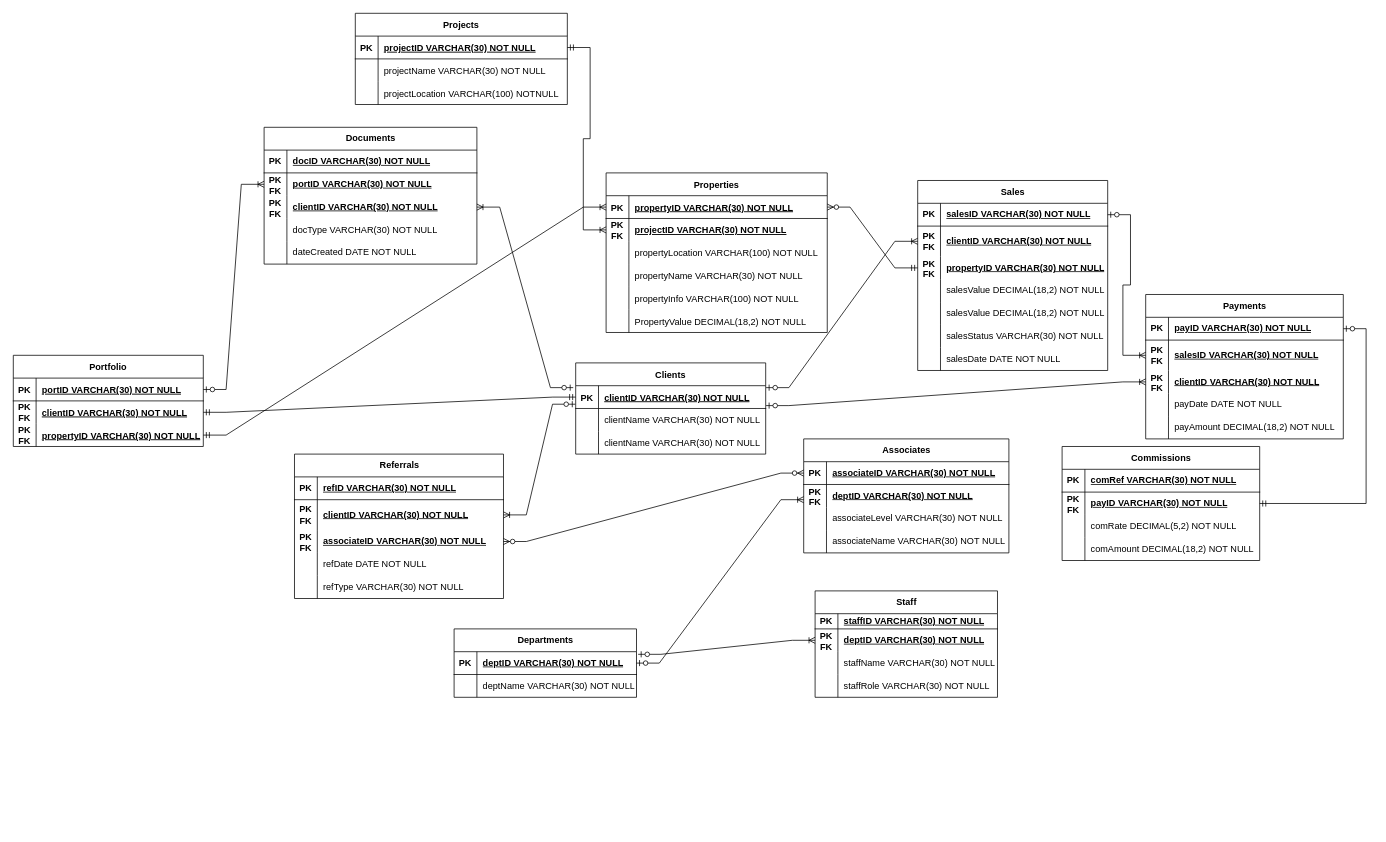
TolulopeBabajide/UOR keeps this draw.io diagram as Coursework1 Physical Data Model.drawio. Above is the earlier version. Source tidied: cells renumbered, new cells numbered last; positions are measured from the earlier drawing's top-left corner, leaving out a move shared by most shapes. Both pictures are drawn from the tidied source at 76%, with x=0, y=0 at pixel (13, 13).
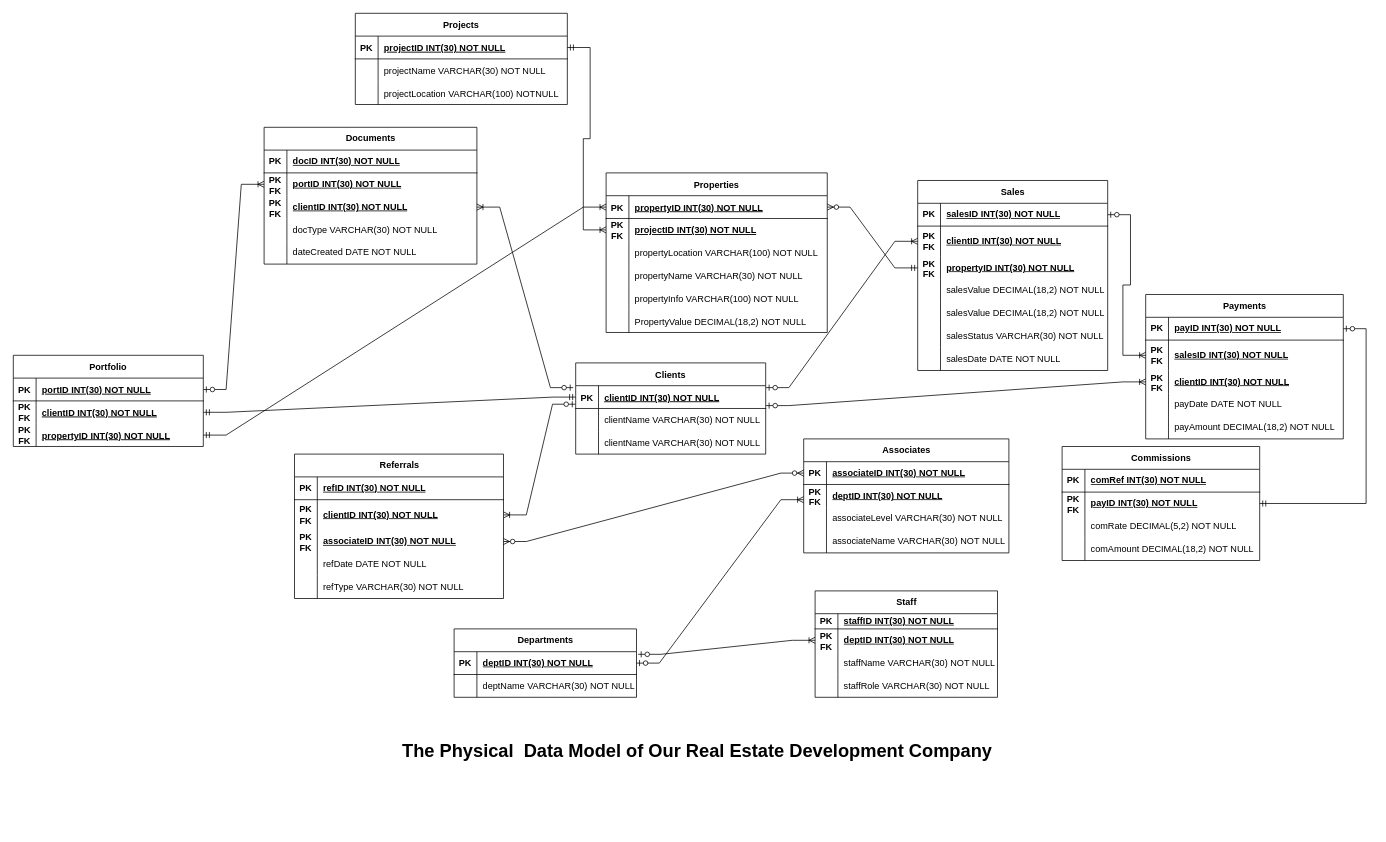
The same diagram, later.

The change refers to these unchanged cells:
```xml
<mxCell id="3" style="shape=partialRectangle;fillColor=none;points=[[0,0.5],[1,0.5]];portConstraint=eastwest;top=0;left=0;right=0;bottom=1;" parent="2" vertex="1">
<mxCell id="6" style="shape=partialRectangle;fillColor=none;points=[[0,0.5],[1,0.5]];portConstraint=eastwest;top=0;left=0;right=0;bottom=0;" parent="2" vertex="1">
<mxCell id="22" style="shape=partialRectangle;fillColor=none;points=[[0,0.5],[1,0.5]];portConstraint=eastwest;top=0;left=0;right=0;bottom=1;" parent="21" vertex="1">
<mxCell id="32" style="shape=tableRow;horizontal=0;startSize=0;swimlaneHead=0;swimlaneBody=0;fillColor=none;top=0;left=0;right=0;bottom=1;" parent="31" vertex="1">
<mxCell id="35" style="shape=tableRow;horizontal=0;startSize=0;swimlaneHead=0;swimlaneBody=0;fillColor=none;points=[[0,0.5],[1,0.5]];portConstraint=eastwest;top=0;left=0;right=0;bottom=0;" parent="31" vertex="1">
<mxCell id="47" style="shape=tableRow;horizontal=0;startSize=0;swimlaneHead=0;swimlaneBody=0;fillColor=none;points=[[0,0.5],[1,0.5]];portConstraint=eastwest;top=0;left=0;right=0;bottom=1;" parent="46" vertex="1">
<mxCell id="50" style="shape=tableRow;horizontal=0;startSize=0;swimlaneHead=0;swimlaneBody=0;fillColor=none;top=0;left=0;right=0;bottom=0;" parent="46" vertex="1">
<mxCell id="60" style="shape=tableRow;horizontal=0;startSize=0;swimlaneHead=0;swimlaneBody=0;fillColor=none;top=0;left=0;right=0;bottom=1;" parent="59" vertex="1">
<mxCell id="63" style="shape=tableRow;horizontal=0;startSize=0;swimlaneHead=0;swimlaneBody=0;fillColor=none;points=[[0,0.5],[1,0.5]];portConstraint=eastwest;top=0;left=0;right=0;bottom=0;" parent="59" vertex="1">
<mxCell id="66" style="shape=tableRow;horizontal=0;startSize=0;swimlaneHead=0;swimlaneBody=0;fillColor=none;points=[[0,0.5],[1,0.5]];portConstraint=eastwest;top=0;left=0;right=0;bottom=0;" parent="59" vertex="1">
<mxCell id="76" style="shape=tableRow;horizontal=0;startSize=0;swimlaneHead=0;swimlaneBody=0;fillColor=none;points=[[0,0.5],[1,0.5]];portConstraint=eastwest;top=0;left=0;right=0;bottom=1;" parent="75" vertex="1">
<mxCell id="83" style="shape=tableRow;horizontal=0;startSize=0;swimlaneHead=0;swimlaneBody=0;fillColor=none;top=0;left=0;right=0;bottom=1;" parent="82" vertex="1">
<mxCell id="86" style="shape=tableRow;horizontal=0;startSize=0;swimlaneHead=0;swimlaneBody=0;fillColor=none;points=[[0,0.5],[1,0.5]];portConstraint=eastwest;top=0;left=0;right=0;bottom=0;" parent="82" vertex="1">
<mxCell id="89" style="shape=tableRow;horizontal=0;startSize=0;swimlaneHead=0;swimlaneBody=0;fillColor=none;points=[[0,0.5],[1,0.5]];portConstraint=eastwest;top=0;left=0;right=0;bottom=0;" parent="82" vertex="1">
<mxCell id="99" style="shape=tableRow;horizontal=0;startSize=0;swimlaneHead=0;swimlaneBody=0;fillColor=none;top=0;left=0;right=0;bottom=1;" parent="98" vertex="1">
<mxCell id="102" style="shape=tableRow;horizontal=0;startSize=0;swimlaneHead=0;swimlaneBody=0;fillColor=none;points=[[0,0.5],[1,0.5]];portConstraint=eastwest;top=0;left=0;right=0;bottom=0;" parent="98" vertex="1">
<mxCell id="112" style="shape=tableRow;horizontal=0;startSize=0;swimlaneHead=0;swimlaneBody=0;fillColor=none;points=[[0,0.5],[1,0.5]];portConstraint=eastwest;top=0;left=0;right=0;bottom=1;" parent="111" vertex="1">
<mxCell id="115" style="shape=tableRow;horizontal=0;startSize=0;swimlaneHead=0;swimlaneBody=0;fillColor=none;points=[[0,0.5],[1,0.5]];portConstraint=eastwest;top=0;left=0;right=0;bottom=0;" parent="111" vertex="1">
<mxCell id="118" style="shape=tableRow;horizontal=0;startSize=0;swimlaneHead=0;swimlaneBody=0;fillColor=none;points=[[0,0.5],[1,0.5]];portConstraint=eastwest;top=0;left=0;right=0;bottom=0;" parent="111" vertex="1">
<mxCell id="128" style="shape=tableRow;horizontal=0;startSize=0;swimlaneHead=0;swimlaneBody=0;fillColor=none;points=[[0,0.5],[1,0.5]];portConstraint=eastwest;top=0;left=0;right=0;bottom=1;" parent="127" vertex="1">
<mxCell id="131" style="shape=tableRow;horizontal=0;startSize=0;swimlaneHead=0;swimlaneBody=0;fillColor=none;points=[[0,0.5],[1,0.5]];portConstraint=eastwest;top=0;left=0;right=0;bottom=0;" parent="127" vertex="1">
<mxCell id="134" style="shape=tableRow;horizontal=0;startSize=0;swimlaneHead=0;swimlaneBody=0;fillColor=none;points=[[0,0.5],[1,0.5]];portConstraint=eastwest;top=0;left=0;right=0;bottom=0;" parent="127" vertex="1">
<mxCell id="150" style="shape=partialRectangle;fillColor=none;points=[[0,0.5],[1,0.5]];portConstraint=eastwest;top=0;left=0;right=0;bottom=1;" parent="149" vertex="1">
<mxCell id="160" style="shape=partialRectangle;fillColor=none;points=[[0,0.5],[1,0.5]];portConstraint=eastwest;top=0;left=0;right=0;bottom=1;" parent="159" vertex="1">
<mxCell id="163" style="shape=partialRectangle;fillColor=none;points=[[0,0.5],[1,0.5]];portConstraint=eastwest;top=0;left=0;right=0;bottom=0;" parent="159" vertex="1">
<mxCell id="166" style="shape=partialRectangle;fillColor=none;points=[[0,0.5],[1,0.5]];portConstraint=eastwest;top=0;left=0;right=0;bottom=0;" parent="159" vertex="1">
```

What changed in the source:
```diff
@@
-    <mxCell id="5" value="propertyID VARCHAR(30) NOT NULL" style="shape=partialRectangle;overflow=hidden;fillColor=none;top=0;left=0;bottom=0;right=0;align=left;spacingLeft=6;fontStyle=5;" parent="3" vertex="1">
+    <mxCell id="5" value="propertyID INT(30) NOT NULL" style="shape=partialRectangle;overflow=hidden;fillColor=none;top=0;left=0;bottom=0;right=0;align=left;spacingLeft=6;fontStyle=5;" parent="3" vertex="1">
       <mxGeometry x="30" width="261" height="30" as="geometry" />
     </mxCell>
@@
-    <mxCell id="8" value="projectID VARCHAR(30) NOT NULL" style="shape=partialRectangle;overflow=hidden;fillColor=none;top=0;left=0;bottom=0;right=0;align=left;spacingLeft=6;fontStyle=5;" parent="6" vertex="1">
+    <mxCell id="8" value="projectID INT(30) NOT NULL" style="shape=partialRectangle;overflow=hidden;fillColor=none;top=0;left=0;bottom=0;right=0;align=left;spacingLeft=6;fontStyle=5;" parent="6" vertex="1">
       <mxGeometry x="30" width="261" height="30" as="geometry" />
     </mxCell>
@@
-    <mxCell id="24" value="clientID VARCHAR(30) NOT NULL" style="shape=partialRectangle;overflow=hidden;fillColor=none;top=0;left=0;bottom=0;right=0;align=left;spacingLeft=6;fontStyle=5;" parent="22" vertex="1">
+    <mxCell id="24" value="clientID INT(30) NOT NULL" style="shape=partialRectangle;overflow=hidden;fillColor=none;top=0;left=0;bottom=0;right=0;align=left;spacingLeft=6;fontStyle=5;" parent="22" vertex="1">
       <mxGeometry x="30" width="220" height="30" as="geometry" />
     </mxCell>
@@
-    <mxCell id="34" value="staffID VARCHAR&lt;span style=&quot;text-wrap: nowrap;&quot;&gt;(30) NOT NULL&lt;/span&gt;" style="shape=partialRectangle;fillColor=none;top=0;left=0;bottom=0;right=0;align=left;spacingLeft=6;fontStyle=5;overflow=hidden;whiteSpace=wrap;html=1;" parent="32" vertex="1">
+    <mxCell id="34" value="staffID INT&lt;span style=&quot;text-wrap: nowrap;&quot;&gt;(30) NOT NULL&lt;/span&gt;" style="shape=partialRectangle;fillColor=none;top=0;left=0;bottom=0;right=0;align=left;spacingLeft=6;fontStyle=5;overflow=hidden;whiteSpace=wrap;html=1;" parent="32" vertex="1">
       <mxGeometry x="30" width="210" height="20" as="geometry" />
     </mxCell>
@@
-    <mxCell id="37" value="&lt;b&gt;&lt;u&gt;deptID&amp;nbsp;VARCHAR(30) NOT NULL&lt;/u&gt;&lt;/b&gt;" style="shape=partialRectangle;fillColor=none;top=0;left=0;bottom=0;right=0;align=left;spacingLeft=6;overflow=hidden;whiteSpace=wrap;html=1;" parent="35" vertex="1">
+    <mxCell id="37" value="&lt;b&gt;&lt;u&gt;deptID&amp;nbsp;INT(30) NOT NULL&lt;/u&gt;&lt;/b&gt;" style="shape=partialRectangle;fillColor=none;top=0;left=0;bottom=0;right=0;align=left;spacingLeft=6;overflow=hidden;whiteSpace=wrap;html=1;" parent="35" vertex="1">
       <mxGeometry x="30" width="210" height="30" as="geometry" />
     </mxCell>
@@
-    <mxCell id="49" value="associateID VARCHAR&lt;span style=&quot;text-wrap: nowrap;&quot;&gt;(30) NOT NULL&lt;/span&gt;" style="shape=partialRectangle;fillColor=none;top=0;left=0;bottom=0;right=0;align=left;spacingLeft=6;fontStyle=5;overflow=hidden;whiteSpace=wrap;html=1;" parent="47" vertex="1">
+    <mxCell id="49" value="associateID INT&lt;span style=&quot;text-wrap: nowrap;&quot;&gt;(30) NOT NULL&lt;/span&gt;" style="shape=partialRectangle;fillColor=none;top=0;left=0;bottom=0;right=0;align=left;spacingLeft=6;fontStyle=5;overflow=hidden;whiteSpace=wrap;html=1;" parent="47" vertex="1">
       <mxGeometry x="30" width="240" height="30" as="geometry" />
     </mxCell>
@@
-    <mxCell id="52" value="&lt;b&gt;&lt;u&gt;deptID VARCHAR(30) NOT NULL&lt;/u&gt;&lt;/b&gt;" style="shape=partialRectangle;fillColor=none;top=0;left=0;bottom=0;right=0;align=left;spacingLeft=6;overflow=hidden;whiteSpace=wrap;html=1;" parent="50" vertex="1">
+    <mxCell id="52" value="&lt;b&gt;&lt;u&gt;deptID INT(30) NOT NULL&lt;/u&gt;&lt;/b&gt;" style="shape=partialRectangle;fillColor=none;top=0;left=0;bottom=0;right=0;align=left;spacingLeft=6;overflow=hidden;whiteSpace=wrap;html=1;" parent="50" vertex="1">
       <mxGeometry x="30" width="240" height="30" as="geometry" />
     </mxCell>
@@
-    <mxCell id="62" value="refID VARCHAR&lt;span style=&quot;text-wrap: nowrap;&quot;&gt;(30) NOT NULL&lt;/span&gt;" style="shape=partialRectangle;fillColor=none;top=0;left=0;bottom=0;right=0;align=left;spacingLeft=6;fontStyle=5;overflow=hidden;whiteSpace=wrap;html=1;" parent="60" vertex="1">
+    <mxCell id="62" value="refID INT&lt;span style=&quot;text-wrap: nowrap;&quot;&gt;(30) NOT NULL&lt;/span&gt;" style="shape=partialRectangle;fillColor=none;top=0;left=0;bottom=0;right=0;align=left;spacingLeft=6;fontStyle=5;overflow=hidden;whiteSpace=wrap;html=1;" parent="60" vertex="1">
       <mxGeometry x="30" width="245" height="30" as="geometry" />
     </mxCell>
@@
-    <mxCell id="65" value="&lt;b&gt;&lt;u&gt;clientID&amp;nbsp;&lt;span style=&quot;text-wrap: nowrap;&quot;&gt;VARCHAR(30) NOT NULL&lt;/span&gt;&lt;/u&gt;&lt;/b&gt;" style="shape=partialRectangle;fillColor=none;top=0;left=0;bottom=0;right=0;align=left;spacingLeft=6;overflow=hidden;whiteSpace=wrap;html=1;" parent="63" vertex="1">
+    <mxCell id="65" value="&lt;b&gt;&lt;u&gt;clientID&amp;nbsp;&lt;span style=&quot;text-wrap: nowrap;&quot;&gt;INT(30) NOT NULL&lt;/span&gt;&lt;/u&gt;&lt;/b&gt;" style="shape=partialRectangle;fillColor=none;top=0;left=0;bottom=0;right=0;align=left;spacingLeft=6;overflow=hidden;whiteSpace=wrap;html=1;" parent="63" vertex="1">
       <mxGeometry x="30" width="245" height="40" as="geometry" />
     </mxCell>
@@
-    <mxCell id="68" value="&lt;b&gt;&lt;u&gt;associateID&amp;nbsp;&lt;span style=&quot;text-wrap: nowrap;&quot;&gt;VARCHAR(30) NOT NULL&lt;/span&gt;&lt;/u&gt;&lt;/b&gt;" style="shape=partialRectangle;fillColor=none;top=0;left=0;bottom=0;right=0;align=left;spacingLeft=6;overflow=hidden;whiteSpace=wrap;html=1;" parent="66" vertex="1">
+    <mxCell id="68" value="&lt;b&gt;&lt;u&gt;associateID&amp;nbsp;&lt;span style=&quot;text-wrap: nowrap;&quot;&gt;INT(30) NOT NULL&lt;/span&gt;&lt;/u&gt;&lt;/b&gt;" style="shape=partialRectangle;fillColor=none;top=0;left=0;bottom=0;right=0;align=left;spacingLeft=6;overflow=hidden;whiteSpace=wrap;html=1;" parent="66" vertex="1">
       <mxGeometry x="30" width="245" height="30" as="geometry" />
     </mxCell>
@@
-    <mxCell id="78" value="deptID VARCHAR&lt;span style=&quot;text-wrap: nowrap;&quot;&gt;(30) NOT NULL&lt;/span&gt;" style="shape=partialRectangle;fillColor=none;top=0;left=0;bottom=0;right=0;align=left;spacingLeft=6;fontStyle=5;overflow=hidden;whiteSpace=wrap;html=1;" parent="76" vertex="1">
+    <mxCell id="78" value="deptID INT&lt;span style=&quot;text-wrap: nowrap;&quot;&gt;(30) NOT NULL&lt;/span&gt;" style="shape=partialRectangle;fillColor=none;top=0;left=0;bottom=0;right=0;align=left;spacingLeft=6;fontStyle=5;overflow=hidden;whiteSpace=wrap;html=1;" parent="76" vertex="1">
       <mxGeometry x="30" width="210" height="30" as="geometry" />
     </mxCell>
@@
-    <mxCell id="85" value="docID VARCHAR&lt;span style=&quot;text-wrap: nowrap;&quot;&gt;(30) NOT NULL&lt;/span&gt;" style="shape=partialRectangle;fillColor=none;top=0;left=0;bottom=0;right=0;align=left;spacingLeft=6;fontStyle=5;overflow=hidden;whiteSpace=wrap;html=1;" parent="83" vertex="1">
+    <mxCell id="85" value="docID INT&lt;span style=&quot;text-wrap: nowrap;&quot;&gt;(30) NOT NULL&lt;/span&gt;" style="shape=partialRectangle;fillColor=none;top=0;left=0;bottom=0;right=0;align=left;spacingLeft=6;fontStyle=5;overflow=hidden;whiteSpace=wrap;html=1;" parent="83" vertex="1">
       <mxGeometry x="30" width="250" height="30" as="geometry" />
     </mxCell>
@@
-    <mxCell id="88" value="&lt;b&gt;&lt;u&gt;portID&amp;nbsp;&lt;span style=&quot;text-wrap: nowrap;&quot;&gt;VARCHAR(30) NOT NULL&lt;/span&gt;&lt;/u&gt;&lt;/b&gt;" style="shape=partialRectangle;fillColor=none;top=0;left=0;bottom=0;right=0;align=left;spacingLeft=6;overflow=hidden;whiteSpace=wrap;html=1;" parent="86" vertex="1">
+    <mxCell id="88" value="&lt;b&gt;&lt;u&gt;portID&amp;nbsp;&lt;span style=&quot;text-wrap: nowrap;&quot;&gt;INT(30) NOT NULL&lt;/span&gt;&lt;/u&gt;&lt;/b&gt;" style="shape=partialRectangle;fillColor=none;top=0;left=0;bottom=0;right=0;align=left;spacingLeft=6;overflow=hidden;whiteSpace=wrap;html=1;" parent="86" vertex="1">
       <mxGeometry x="30" width="250" height="30" as="geometry" />
     </mxCell>
@@
-    <mxCell id="91" value="&lt;span style=&quot;font-weight: 700; text-wrap: nowrap; text-decoration-line: underline;&quot;&gt;clientID&amp;nbsp;VARCHAR(30) NOT NULL&lt;/span&gt;" style="shape=partialRectangle;fillColor=none;top=0;left=0;bottom=0;right=0;align=left;spacingLeft=6;overflow=hidden;whiteSpace=wrap;html=1;" parent="89" vertex="1">
+    <mxCell id="91" value="&lt;span style=&quot;font-weight: 700; text-wrap: nowrap; text-decoration-line: underline;&quot;&gt;clientID&amp;nbsp;INT(30) NOT NULL&lt;/span&gt;" style="shape=partialRectangle;fillColor=none;top=0;left=0;bottom=0;right=0;align=left;spacingLeft=6;overflow=hidden;whiteSpace=wrap;html=1;" parent="89" vertex="1">
       <mxGeometry x="30" width="250" height="30" as="geometry" />
     </mxCell>
@@
-    <mxCell id="101" value="&lt;div&gt;comRef&amp;nbsp;&lt;span style=&quot;background-color: initial;&quot;&gt;VARCHAR&lt;/span&gt;&lt;span style=&quot;background-color: initial; text-wrap: nowrap;&quot;&gt;(30) NOT NULL&lt;/span&gt;&lt;/div&gt;" style="shape=partialRectangle;fillColor=none;top=0;left=0;bottom=0;right=0;align=left;spacingLeft=6;fontStyle=5;overflow=hidden;whiteSpace=wrap;html=1;" parent="99" vertex="1">
+    <mxCell id="101" value="&lt;div&gt;comRef&amp;nbsp;&lt;span style=&quot;background-color: initial;&quot;&gt;INT&lt;/span&gt;&lt;span style=&quot;background-color: initial; text-wrap: nowrap;&quot;&gt;(30) NOT NULL&lt;/span&gt;&lt;/div&gt;" style="shape=partialRectangle;fillColor=none;top=0;left=0;bottom=0;right=0;align=left;spacingLeft=6;fontStyle=5;overflow=hidden;whiteSpace=wrap;html=1;" parent="99" vertex="1">
       <mxGeometry x="30" width="230" height="30" as="geometry" />
     </mxCell>
@@
-    <mxCell id="104" value="&lt;b&gt;&lt;u&gt;payID&amp;nbsp;VARCHAR(30) NOT NULL&lt;/u&gt;&lt;/b&gt;" style="shape=partialRectangle;fillColor=none;top=0;left=0;bottom=0;right=0;align=left;spacingLeft=6;overflow=hidden;whiteSpace=wrap;html=1;" parent="102" vertex="1">
+    <mxCell id="104" value="&lt;b&gt;&lt;u&gt;payID&amp;nbsp;INT(30) NOT NULL&lt;/u&gt;&lt;/b&gt;" style="shape=partialRectangle;fillColor=none;top=0;left=0;bottom=0;right=0;align=left;spacingLeft=6;overflow=hidden;whiteSpace=wrap;html=1;" parent="102" vertex="1">
       <mxGeometry x="30" width="230" height="30" as="geometry" />
     </mxCell>
@@
-    <mxCell id="114" value="payID VARCHAR&lt;span style=&quot;text-wrap: nowrap;&quot;&gt;(30) NOT NULL&lt;/span&gt;" style="shape=partialRectangle;fillColor=none;top=0;left=0;bottom=0;right=0;align=left;spacingLeft=6;fontStyle=5;overflow=hidden;whiteSpace=wrap;html=1;" parent="112" vertex="1">
+    <mxCell id="114" value="payID INT&lt;span style=&quot;text-wrap: nowrap;&quot;&gt;(30) NOT NULL&lt;/span&gt;" style="shape=partialRectangle;fillColor=none;top=0;left=0;bottom=0;right=0;align=left;spacingLeft=6;fontStyle=5;overflow=hidden;whiteSpace=wrap;html=1;" parent="112" vertex="1">
       <mxGeometry x="30" width="230" height="30" as="geometry" />
     </mxCell>
@@
-    <mxCell id="117" value="&lt;b&gt;&lt;u&gt;salesID&amp;nbsp;&lt;span style=&quot;text-wrap: nowrap;&quot;&gt;VARCHAR(30) NOT NULL&lt;/span&gt;&lt;/u&gt;&lt;/b&gt;" style="shape=partialRectangle;fillColor=none;top=0;left=0;bottom=0;right=0;align=left;spacingLeft=6;overflow=hidden;whiteSpace=wrap;html=1;" parent="115" vertex="1">
+    <mxCell id="117" value="&lt;b&gt;&lt;u&gt;salesID&amp;nbsp;&lt;span style=&quot;text-wrap: nowrap;&quot;&gt;INT(30) NOT NULL&lt;/span&gt;&lt;/u&gt;&lt;/b&gt;" style="shape=partialRectangle;fillColor=none;top=0;left=0;bottom=0;right=0;align=left;spacingLeft=6;overflow=hidden;whiteSpace=wrap;html=1;" parent="115" vertex="1">
       <mxGeometry x="30" width="230" height="40" as="geometry" />
     </mxCell>
@@
-    <mxCell id="120" value="&lt;b&gt;&lt;u&gt;clientID&amp;nbsp;&lt;span style=&quot;text-wrap: nowrap;&quot;&gt;VARCHAR(30) NOT NULL&lt;/span&gt;&lt;/u&gt;&lt;/b&gt;" style="shape=partialRectangle;fillColor=none;top=0;left=0;bottom=0;right=0;align=left;spacingLeft=6;overflow=hidden;whiteSpace=wrap;html=1;" parent="118" vertex="1">
+    <mxCell id="120" value="&lt;b&gt;&lt;u&gt;clientID&amp;nbsp;&lt;span style=&quot;text-wrap: nowrap;&quot;&gt;INT(30) NOT NULL&lt;/span&gt;&lt;/u&gt;&lt;/b&gt;" style="shape=partialRectangle;fillColor=none;top=0;left=0;bottom=0;right=0;align=left;spacingLeft=6;overflow=hidden;whiteSpace=wrap;html=1;" parent="118" vertex="1">
       <mxGeometry x="30" width="230" height="30" as="geometry" />
     </mxCell>
@@
-    <mxCell id="130" value="salesID VARCHAR&lt;span style=&quot;text-wrap: nowrap;&quot;&gt;(30) NOT NULL&lt;/span&gt;" style="shape=partialRectangle;fillColor=none;top=0;left=0;bottom=0;right=0;align=left;spacingLeft=6;fontStyle=5;overflow=hidden;whiteSpace=wrap;html=1;" parent="128" vertex="1">
+    <mxCell id="130" value="salesID INT&lt;span style=&quot;text-wrap: nowrap;&quot;&gt;(30) NOT NULL&lt;/span&gt;" style="shape=partialRectangle;fillColor=none;top=0;left=0;bottom=0;right=0;align=left;spacingLeft=6;fontStyle=5;overflow=hidden;whiteSpace=wrap;html=1;" parent="128" vertex="1">
       <mxGeometry x="30" width="220" height="30" as="geometry" />
     </mxCell>
@@
-    <mxCell id="133" value="&lt;b&gt;&lt;u&gt;clientID&amp;nbsp;&lt;span style=&quot;text-wrap: nowrap;&quot;&gt;VARCHAR(30) NOT NULL&lt;/span&gt;&lt;/u&gt;&lt;/b&gt;" style="shape=partialRectangle;fillColor=none;top=0;left=0;bottom=0;right=0;align=left;spacingLeft=6;overflow=hidden;whiteSpace=wrap;html=1;" parent="131" vertex="1">
+    <mxCell id="133" value="&lt;b&gt;&lt;u&gt;clientID&amp;nbsp;&lt;span style=&quot;text-wrap: nowrap;&quot;&gt;INT(30) NOT NULL&lt;/span&gt;&lt;/u&gt;&lt;/b&gt;" style="shape=partialRectangle;fillColor=none;top=0;left=0;bottom=0;right=0;align=left;spacingLeft=6;overflow=hidden;whiteSpace=wrap;html=1;" parent="131" vertex="1">
       <mxGeometry x="30" width="220" height="40" as="geometry" />
     </mxCell>
@@
-    <mxCell id="136" value="&lt;span style=&quot;font-weight: 700; text-wrap: nowrap; text-decoration-line: underline;&quot;&gt;propertyID&amp;nbsp;VARCHAR(30) NOT NULL&lt;/span&gt;" style="shape=partialRectangle;fillColor=none;top=0;left=0;bottom=0;right=0;align=left;spacingLeft=6;overflow=hidden;whiteSpace=wrap;html=1;" parent="134" vertex="1">
+    <mxCell id="136" value="&lt;span style=&quot;font-weight: 700; text-wrap: nowrap; text-decoration-line: underline;&quot;&gt;propertyID&amp;nbsp;INT(30) NOT NULL&lt;/span&gt;" style="shape=partialRectangle;fillColor=none;top=0;left=0;bottom=0;right=0;align=left;spacingLeft=6;overflow=hidden;whiteSpace=wrap;html=1;" parent="134" vertex="1">
       <mxGeometry x="30" width="220" height="30" as="geometry" />
     </mxCell>
@@
-    <mxCell id="152" value="projectID VARCHAR(30) NOT NULL" style="shape=partialRectangle;overflow=hidden;fillColor=none;top=0;left=0;bottom=0;right=0;align=left;spacingLeft=6;fontStyle=5;" parent="150" vertex="1">
+    <mxCell id="152" value="projectID INT(30) NOT NULL" style="shape=partialRectangle;overflow=hidden;fillColor=none;top=0;left=0;bottom=0;right=0;align=left;spacingLeft=6;fontStyle=5;" parent="150" vertex="1">
       <mxGeometry x="30" width="249" height="30" as="geometry" />
     </mxCell>
@@
-    <mxCell id="162" value="portID VARCHAR(30) NOT NULL" style="shape=partialRectangle;overflow=hidden;fillColor=none;top=0;left=0;bottom=0;right=0;align=left;spacingLeft=6;fontStyle=5;" parent="160" vertex="1">
+    <mxCell id="162" value="portID INT(30) NOT NULL" style="shape=partialRectangle;overflow=hidden;fillColor=none;top=0;left=0;bottom=0;right=0;align=left;spacingLeft=6;fontStyle=5;" parent="160" vertex="1">
       <mxGeometry x="30" width="220" height="30" as="geometry" />
     </mxCell>
@@
-    <mxCell id="165" value="clientID VARCHAR(30) NOT NULL" style="shape=partialRectangle;overflow=hidden;fillColor=none;top=0;left=0;bottom=0;right=0;align=left;spacingLeft=6;fontStyle=5;" parent="163" vertex="1">
+    <mxCell id="165" value="clientID INT(30) NOT NULL" style="shape=partialRectangle;overflow=hidden;fillColor=none;top=0;left=0;bottom=0;right=0;align=left;spacingLeft=6;fontStyle=5;" parent="163" vertex="1">
       <mxGeometry x="30" width="220" height="30" as="geometry" />
     </mxCell>
@@
-    <mxCell id="168" value="propertyID VARCHAR(30) NOT NULL" style="shape=partialRectangle;overflow=hidden;fillColor=none;top=0;left=0;bottom=0;right=0;align=left;spacingLeft=6;fontStyle=5;" parent="166" vertex="1">
+    <mxCell id="168" value="propertyID INT(30) NOT NULL" style="shape=partialRectangle;overflow=hidden;fillColor=none;top=0;left=0;bottom=0;right=0;align=left;spacingLeft=6;fontStyle=5;" parent="166" vertex="1">
       <mxGeometry x="30" width="220" height="30" as="geometry" />
     </mxCell>
@@
+    <mxCell id="183" value="&lt;h1 style=&quot;margin-top: 0px;&quot;&gt;The Physical&amp;nbsp; Data Model of Our Real Estate Development Company&lt;/h1&gt;" style="text;html=1;whiteSpace=wrap;overflow=hidden;rounded=0;" parent="1" vertex="1">
+      <mxGeometry x="510" y="950" width="810" height="120" as="geometry" />
+    </mxCell>
```
